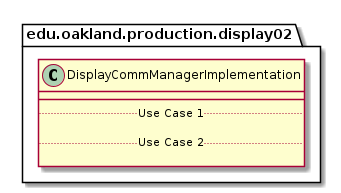
Earlier version of the PlantUML export docs/uml-class-diagrams/display02/production/DisplayCommManagerImplementation/DisplayCommManagerImplementation.png (elilley15/csi-3370-software-project). Source of this version:
```plantuml
@startuml DisplayCommManagerImplementation

package edu.oakland.production.display02 {
    class DisplayCommManagerImplementation {
        __
        .. Use Case 1 ..

        .. Use Case 2 ..

    }
}

@enduml
```
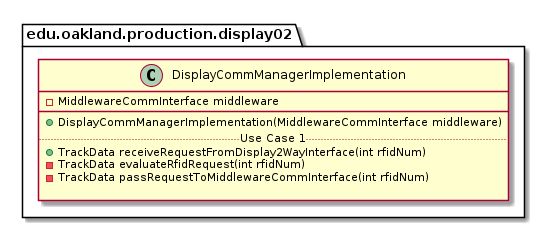
The same diagram one commit later.

The edit, as a diff of the source:
```diff
@@ -2,10 +2,13 @@
 
 package edu.oakland.production.display02 {
     class DisplayCommManagerImplementation {
+        - MiddlewareCommInterface middleware
         __
+        + DisplayCommManagerImplementation(MiddlewareCommInterface middleware)
         .. Use Case 1 ..
-
-        .. Use Case 2 ..
+        + TrackData receiveRequestFromDisplay2WayInterface(int rfidNum)
+        - TrackData evaluateRfidRequest(int rfidNum)
+        - TrackData passRequestToMiddlewareCommInterface(int rfidNum)
 
     }
 }
```
